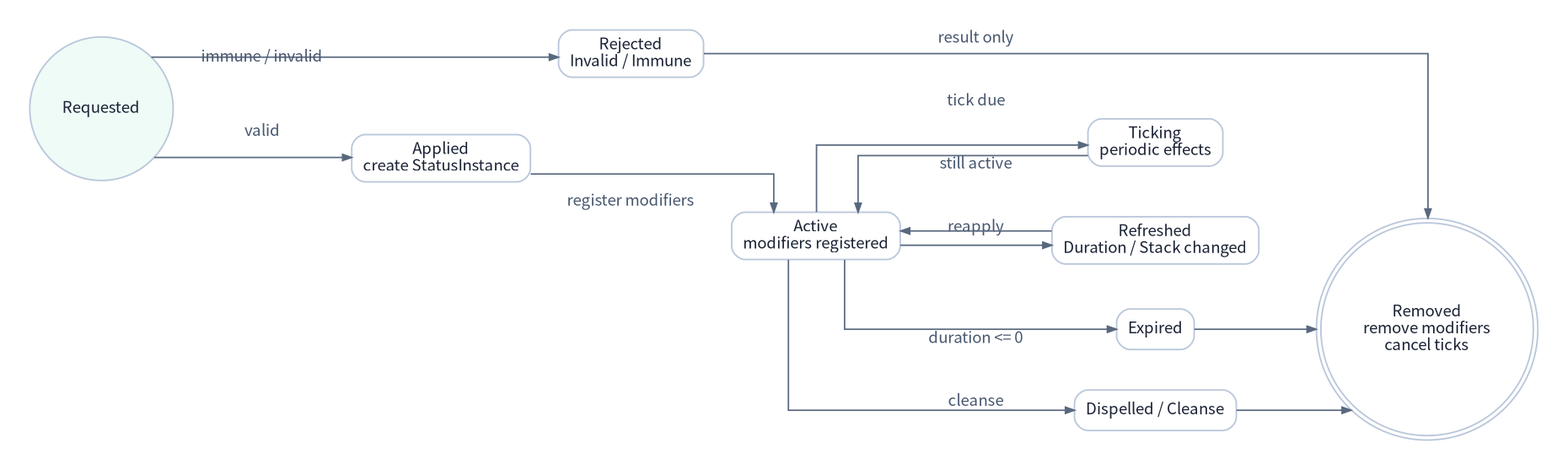
Before: assets/diagrams/27_status_lifecycle_state_diagram.png, a diagram exported from Graphviz (JY-LemongO/game-system-framework-knowledge-site). Its source is kept beside it as source/diagrams/27_status_lifecycle_state_diagram.dot.
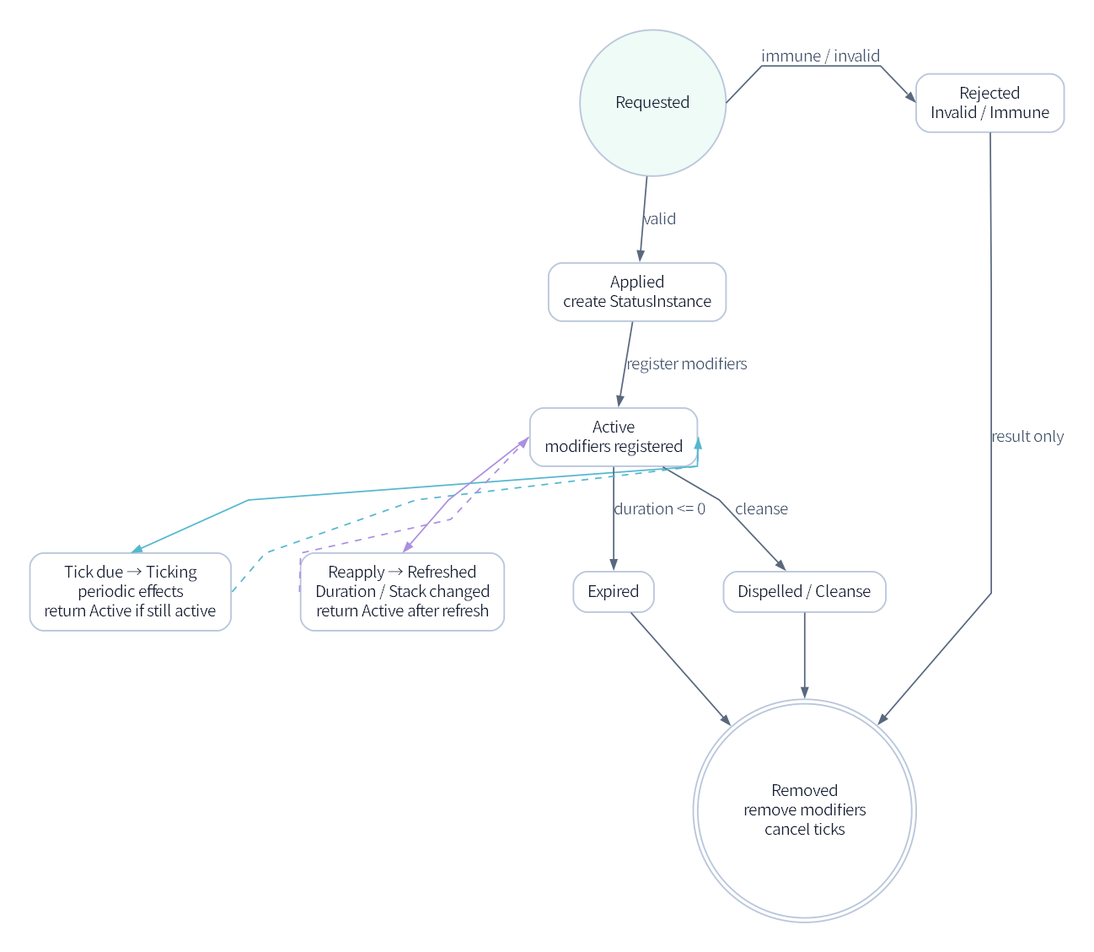
The same file after the commit.

Change to the diagram source:
```diff
@@ -1,8 +1,8 @@
 digraph G {
-  graph [fontname="Noto Sans CJK KR", bgcolor="#ffffff", margin=0.12, pad=0.25, ranksep=0.70, nodesep=0.50];
-  node [fontname="Noto Sans CJK KR", shape=box, style="rounded,filled", color="#bac7db", penwidth=1.4, fillcolor="#ffffff", fontcolor="#182033", margin="0.14,0.09"];
-  edge [fontname="Noto Sans CJK KR", color="#59687e", fontcolor="#46566e", arrowsize=0.8, penwidth=1.3];
-  rankdir=LR; splines=ortho;
+  graph [fontname="Noto Sans KR", bgcolor="#ffffff", margin=0.12, pad=0.25, ranksep=0.84, nodesep=0.86, ordering=out];
+  node [fontname="Noto Sans KR", shape=box, style="rounded,filled", color="#bac7db", penwidth=1.4, fillcolor="#ffffff", fontcolor="#182033", margin="0.18,0.12"];
+  edge [fontname="Noto Sans KR", color="#59687e", fontcolor="#46566e", arrowsize=0.8, penwidth=1.3];
+  rankdir=TB; splines=polyline;
   Requested [shape=circle, label="Requested", fillcolor="#eefbf6"];
   Rejected [label="Rejected
 Invalid / Immune"];
@@ -10,22 +10,26 @@
 create StatusInstance"];
   Active [label="Active
 modifiers registered"];
-  Ticking [label="Ticking
-periodic effects"];
-  Refreshed [label="Refreshed
-Duration / Stack changed"];
+  Ticking [label="Tick due → Ticking\nperiodic effects\nreturn Active if still active"];
+  Refreshed [label="Reapply → Refreshed\nDuration / Stack changed\nreturn Active after refresh"];
   Expired [label="Expired"];
   Dispelled [label="Dispelled / Cleanse"];
   Removed [shape=doublecircle, label="Removed
 remove modifiers
 cancel ticks"];
-  Requested -> Rejected [label="immune / invalid"];
+  { rank=same; Requested; Rejected; }
+  { rank=same; Refreshed; Ticking; }
+  { rank=same; Expired; Dispelled; }
+
+  Requested:e -> Rejected:w [label="immune / invalid"];
   Requested -> Applied [label="valid"];
   Applied -> Active [label="register modifiers"];
-  Active -> Ticking [label="tick due"];
-  Ticking -> Active [label="still active"];
-  Active -> Refreshed [label="reapply"];
-  Refreshed -> Active;
+
+  Active:e -> Ticking:n [color="#54b7cf"];
+  Ticking:e -> Active:e [color="#54b7cf", style=dashed, constraint=false];
+  Active:w -> Refreshed:n [color="#ab8fe0"];
+  Refreshed:w -> Active:w [color="#ab8fe0", style=dashed, constraint=false];
+
   Active -> Expired [label="duration <= 0"];
   Active -> Dispelled [label="cleanse"];
   Expired -> Removed;
```
